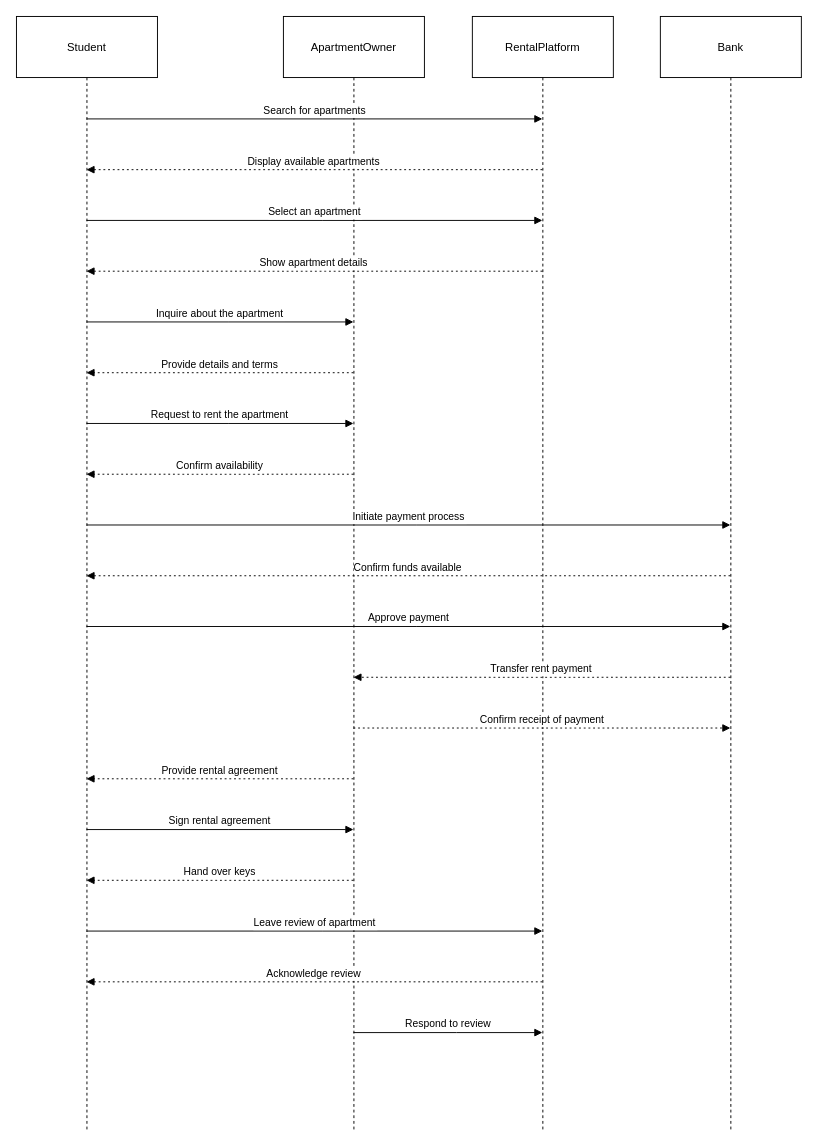
Before: Untitled Diagram.drawio in Jiv811/INFO2602L2, a draw.io diagram. Source tidied: cells renumbered, new cells numbered last; positions are measured from the earlier drawing's top-left corner, leaving out a move shared by most shapes. Both pictures are drawn from the tidied source at 94%, with x=0, y=0 at pixel (16, 16).
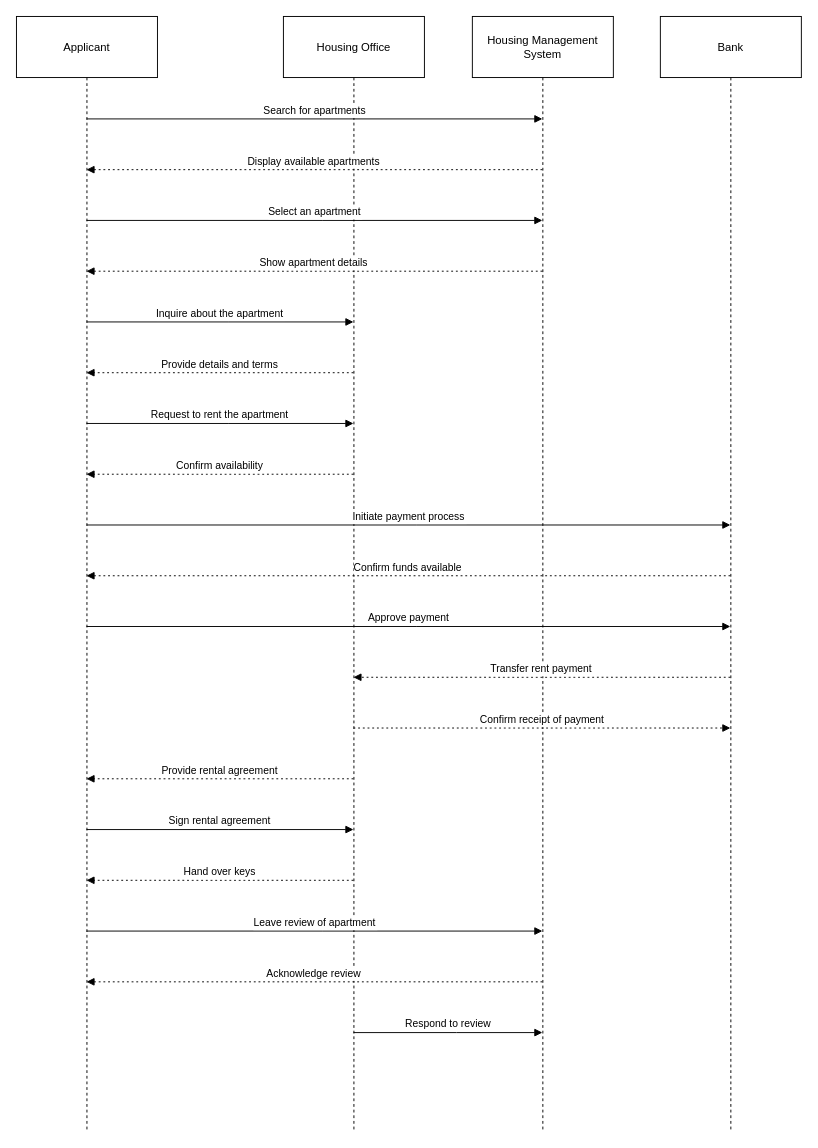
After the change.

The edit, as a diff of the source:
```diff
@@
-    <mxCell id="2" value="Student" style="shape=umlLifeline;perimeter=lifelinePerimeter;whiteSpace=wrap;outlineConnect=0;portConstraint=eastwest;newEdgeStyle={&quot;edgeStyle&quot;:&quot;elbowEdgeStyle&quot;,&quot;elbow&quot;:&quot;vertical&quot;,&quot;curved&quot;:0,&quot;rounded&quot;:0};size=65;" parent="1" vertex="1">
+    <mxCell id="2" value="Applicant" style="shape=umlLifeline;perimeter=lifelinePerimeter;whiteSpace=wrap;outlineConnect=0;portConstraint=eastwest;newEdgeStyle={&quot;edgeStyle&quot;:&quot;elbowEdgeStyle&quot;,&quot;elbow&quot;:&quot;vertical&quot;,&quot;curved&quot;:0,&quot;rounded&quot;:0};size=65;" parent="1" vertex="1">
       <mxGeometry width="150" height="1186" as="geometry" />
     </mxCell>
-    <mxCell id="3" value="ApartmentOwner" style="shape=umlLifeline;perimeter=lifelinePerimeter;whiteSpace=wrap;outlineConnect=0;portConstraint=eastwest;newEdgeStyle={&quot;edgeStyle&quot;:&quot;elbowEdgeStyle&quot;,&quot;elbow&quot;:&quot;vertical&quot;,&quot;curved&quot;:0,&quot;rounded&quot;:0};size=65;" parent="1" vertex="1">
+    <mxCell id="3" value="Housing Office" style="shape=umlLifeline;perimeter=lifelinePerimeter;whiteSpace=wrap;outlineConnect=0;portConstraint=eastwest;newEdgeStyle={&quot;edgeStyle&quot;:&quot;elbowEdgeStyle&quot;,&quot;elbow&quot;:&quot;vertical&quot;,&quot;curved&quot;:0,&quot;rounded&quot;:0};size=65;" parent="1" vertex="1">
       <mxGeometry x="284" width="150" height="1186" as="geometry" />
     </mxCell>
-    <mxCell id="4" value="RentalPlatform" style="shape=umlLifeline;perimeter=lifelinePerimeter;whiteSpace=wrap;outlineConnect=0;portConstraint=eastwest;newEdgeStyle={&quot;edgeStyle&quot;:&quot;elbowEdgeStyle&quot;,&quot;elbow&quot;:&quot;vertical&quot;,&quot;curved&quot;:0,&quot;rounded&quot;:0};size=65;" parent="1" vertex="1">
+    <mxCell id="4" value="Housing Management System" style="shape=umlLifeline;perimeter=lifelinePerimeter;whiteSpace=wrap;outlineConnect=0;portConstraint=eastwest;newEdgeStyle={&quot;edgeStyle&quot;:&quot;elbowEdgeStyle&quot;,&quot;elbow&quot;:&quot;vertical&quot;,&quot;curved&quot;:0,&quot;rounded&quot;:0};size=65;" parent="1" vertex="1">
       <mxGeometry x="485" width="150" height="1186" as="geometry" />
     </mxCell>
```
